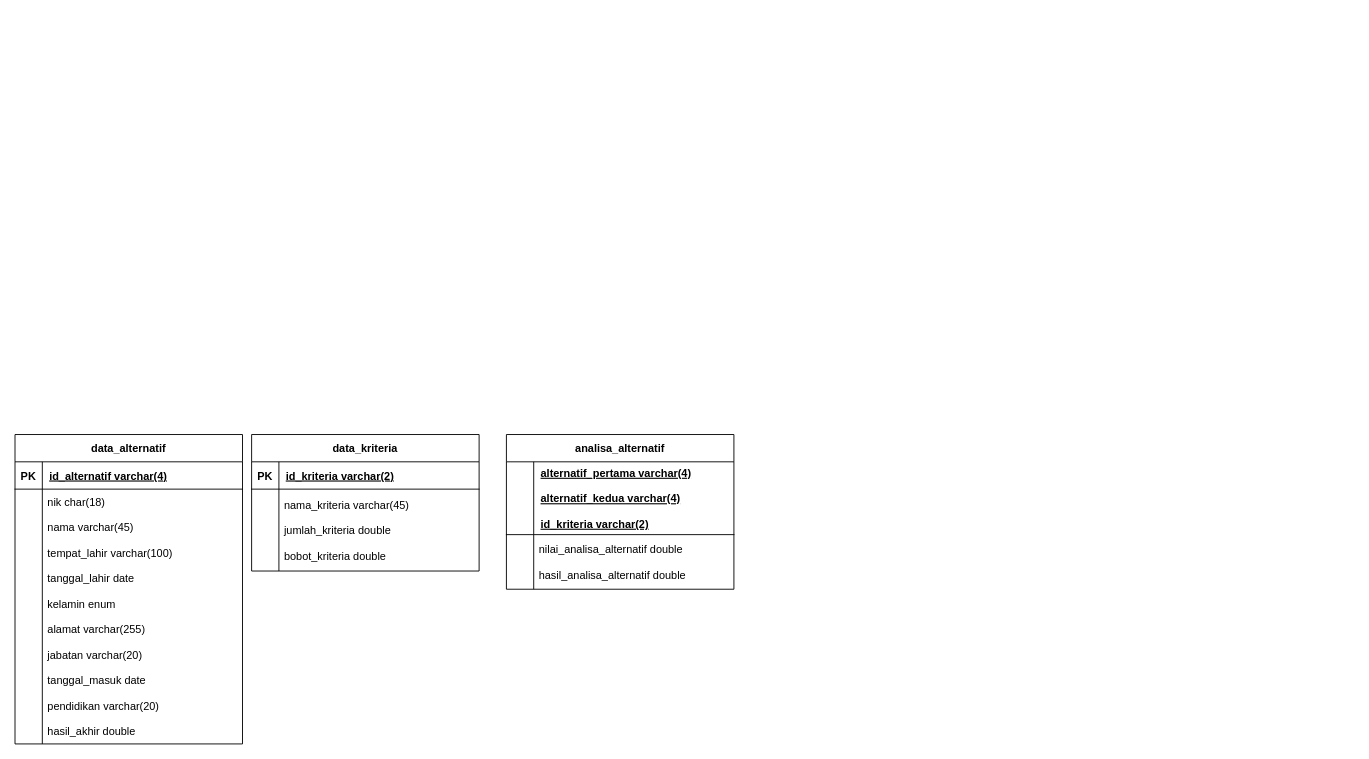
Above: bantuin/muy/Draw.io/ERD.drawio in hako-975/UNPAM-File (draw.io), before the change. Source tidied: cells renumbered, new cells numbered last; positions are measured from the earlier drawing's top-left corner, leaving out a move shared by most shapes. Both pictures are drawn from the tidied source at 91%, with x=0, y=0 at pixel (15, 434).
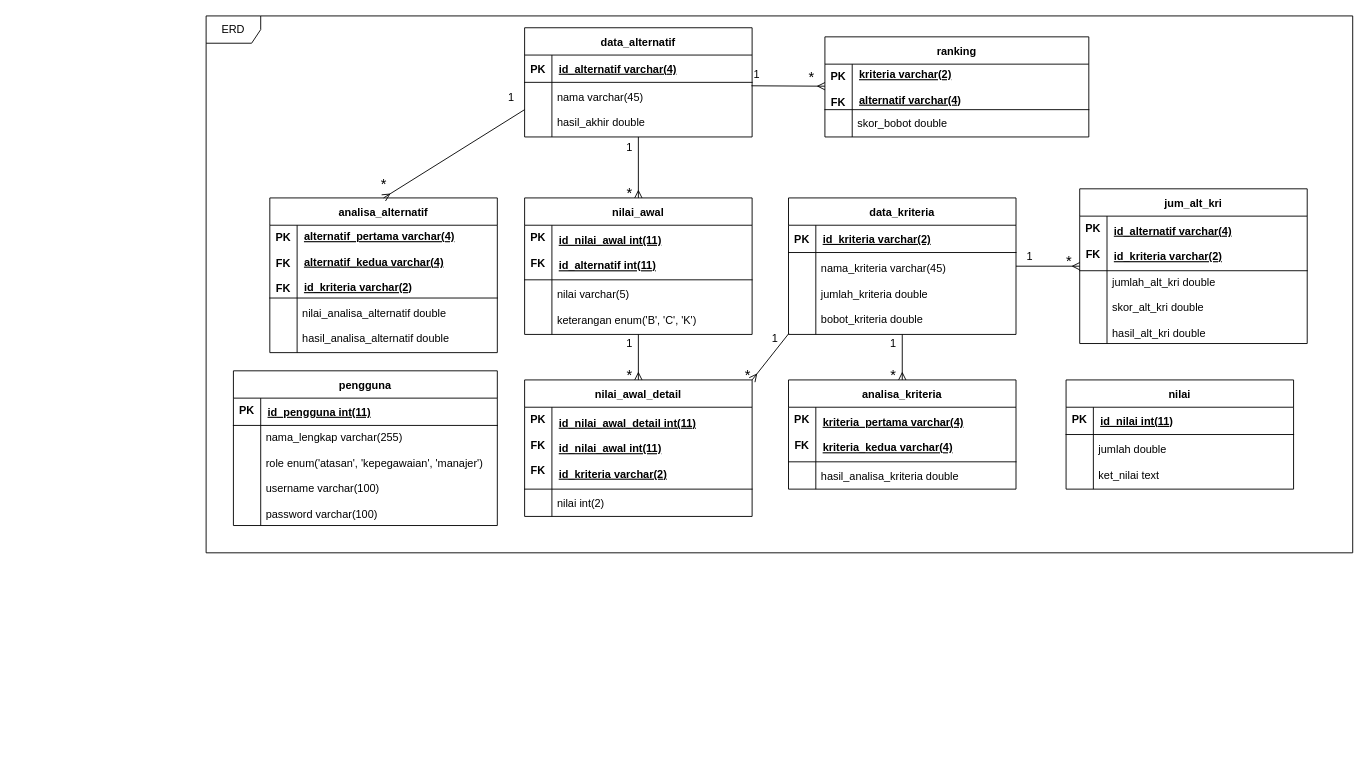
After the change.

The change refers to these unchanged cells:
```xml
<mxCell id="3" style="shape=partialRectangle;fillColor=none;points=[[0,0.5],[1,0.5]];portConstraint=eastwest;top=0;left=0;right=0;bottom=1;" parent="2" vertex="1">
  <mxGeometry y="30" width="250" height="30" as="geometry" />
</mxCell>
<mxCell id="13" style="shape=partialRectangle;fillColor=none;points=[[0,0.5],[1,0.5]];portConstraint=eastwest;top=0;left=0;right=0;bottom=0;strokeWidth=8;" parent="9" vertex="1">
  <mxGeometry y="60" width="250" height="90" as="geometry" />
</mxCell>
<mxCell id="17" style="shape=partialRectangle;fillColor=none;top=0;left=0;right=0;bottom=1;" parent="16" vertex="1">
  <mxGeometry y="30" width="250" height="80" as="geometry" />
</mxCell>
```

What changed in the source:
```diff
@@
+    <mxCell id="23" style="rounded=0;jettySize=auto;html=1;entryX=0.5;entryY=0;entryDx=0;entryDy=0;endArrow=ERmany;endFill=0;" parent="1" edge="1" source="2" target="48">
+      <mxGeometry relative="1" as="geometry" />
+    </mxCell>
     <mxCell id="2" value="data_alternatif" style="shape=table;startSize=30;childLayout=tableLayout;rowLines=0;fontStyle=1;align=center;" parent="1" vertex="1">
-      <mxGeometry width="250" height="340" as="geometry" />
+      <mxGeometry x="560" y="-447" width="250" height="120" as="geometry" />
     </mxCell>
@@
     <mxCell id="6" style="shape=partialRectangle;fillColor=none;points=[[0,0.5],[1,0.5]];portConstraint=eastwest;top=0;left=0;right=0;bottom=0;strokeWidth=8;" parent="2" vertex="1">
-      <mxGeometry y="60" width="250" height="280" as="geometry" />
+      <mxGeometry y="60" width="250" height="60" as="geometry" />
     </mxCell>
     <mxCell id="7" style="shape=partialRectangle;overflow=hidden;fillColor=none;top=0;left=0;bottom=0;right=0;" parent="6" vertex="1">
-      <mxGeometry width="30" height="280" as="geometry" />
+      <mxGeometry width="30" height="60" as="geometry" />
     </mxCell>
-    <mxCell id="8" value="nik char(18)&#10;&#10;nama varchar(45)&#10;&#10;tempat_lahir varchar(100)&#10;&#10;tanggal_lahir date&#10;&#10;kelamin enum&#10;&#10;alamat varchar(255)&#10;&#10;jabatan varchar(20)&#10;&#10;tanggal_masuk date&#10;&#10;pendidikan varchar(20)&#10;&#10;hasil_akhir double" style="shape=partialRectangle;overflow=hidden;fillColor=none;top=0;left=0;bottom=0;right=0;align=left;spacingLeft=6;verticalAlign=middle;spacing=0;spacingTop=0;perimeterSpacing=5;" parent="6" vertex="1">
-      <mxGeometry x="30" width="220" height="280" as="geometry" />
+    <mxCell id="8" value="nama varchar(45)&#10;&#10;hasil_akhir double" style="shape=partialRectangle;overflow=hidden;fillColor=none;top=0;left=0;bottom=0;right=0;align=left;spacingLeft=6;verticalAlign=middle;spacing=0;spacingTop=0;perimeterSpacing=5;" parent="6" vertex="1">
+      <mxGeometry x="30" width="220" height="60" as="geometry" />
     </mxCell>
+    <mxCell id="24" style="rounded=0;jettySize=auto;html=1;entryX=1;entryY=0;entryDx=0;entryDy=0;exitX=0.001;exitY=0.99;exitDx=0;exitDy=0;exitPerimeter=0;endArrow=ERmany;endFill=0;" parent="1" edge="1" source="13" target="55">
+      <mxGeometry relative="1" as="geometry" />
+    </mxCell>
+    <mxCell id="25" style="edgeStyle=orthogonalEdgeStyle;rounded=0;jettySize=auto;html=1;entryX=0.5;entryY=0;entryDx=0;entryDy=0;endArrow=ERmany;endFill=0;" parent="1" edge="1" source="9" target="26">
+      <mxGeometry relative="1" as="geometry" />
+    </mxCell>
     <mxCell id="9" value="data_kriteria" style="shape=table;startSize=30;childLayout=tableLayout;rowLines=0;fontStyle=1;align=center;" parent="1" vertex="1">
-      <mxGeometry x="260" width="250" height="150" as="geometry" />
+      <mxGeometry x="850" y="-260" width="250" height="150" as="geometry" />
     </mxCell>
@@
     <mxCell id="16" value="analisa_alternatif" style="shape=table;startSize=30;childLayout=tableLayout;rowLines=0;fontStyle=1;align=center;" parent="1" vertex="1">
-      <mxGeometry x="540" width="250" height="170" as="geometry" />
+      <mxGeometry x="280" y="-260" width="250" height="170" as="geometry" />
     </mxCell>
@@
-    <mxCell id="18" style="shape=partialRectangle;overflow=hidden;fillColor=none;top=0;left=0;bottom=0;right=0;fontStyle=1;" parent="17" vertex="1">
+    <mxCell id="18" value="PK&#10;&#10;FK&#10;&#10;FK" style="shape=partialRectangle;overflow=hidden;fillColor=none;top=0;left=0;bottom=0;right=0;fontStyle=1;verticalAlign=top;" parent="17" vertex="1">
       <mxGeometry width="30" height="80" as="geometry" />
     </mxCell>
@@
+    <mxCell id="26" value="analisa_kriteria" style="shape=table;startSize=30;childLayout=tableLayout;rowLines=0;fontStyle=1;align=center;" parent="1" vertex="1">
+      <mxGeometry x="850" y="-60" width="250" height="120" as="geometry" />
+    </mxCell>
+    <mxCell id="27" style="shape=partialRectangle;fillColor=none;top=0;left=0;right=0;bottom=1;" parent="26" vertex="1">
+      <mxGeometry y="30" width="250" height="60" as="geometry" />
+    </mxCell>
+    <mxCell id="28" value="PK&#10;&#10;FK" style="shape=partialRectangle;overflow=hidden;fillColor=none;top=0;left=0;bottom=0;right=0;fontStyle=1;verticalAlign=top;" parent="27" vertex="1">
+      <mxGeometry width="30" height="60" as="geometry" />
+    </mxCell>
+    <mxCell id="29" value="kriteria_pertama varchar(4)&#10;&#10;kriteria_kedua varchar(4)" style="shape=partialRectangle;overflow=hidden;fillColor=none;top=0;left=0;bottom=0;right=0;align=left;spacingLeft=6;fontStyle=5;" parent="27" vertex="1">
+      <mxGeometry x="30" width="220" height="60" as="geometry" />
+    </mxCell>
+    <mxCell id="30" style="shape=partialRectangle;fillColor=none;top=0;left=0;right=0;bottom=0;strokeWidth=8;" parent="26" vertex="1">
+      <mxGeometry y="90" width="250" height="30" as="geometry" />
+    </mxCell>
+    <mxCell id="31" style="shape=partialRectangle;overflow=hidden;fillColor=none;top=0;left=0;bottom=0;right=0;" parent="30" vertex="1">
+      <mxGeometry width="30" height="30" as="geometry" />
+    </mxCell>
+    <mxCell id="32" value="hasil_analisa_kriteria double" style="shape=partialRectangle;overflow=hidden;fillColor=none;top=0;left=0;bottom=0;right=0;align=left;spacingLeft=6;verticalAlign=middle;spacing=0;spacingTop=0;perimeterSpacing=5;" parent="30" vertex="1">
+      <mxGeometry x="30" width="220" height="30" as="geometry" />
+    </mxCell>
+    <mxCell id="33" value="jum_alt_kri" style="shape=table;startSize=30;childLayout=tableLayout;rowLines=0;fontStyle=1;align=center;" parent="1" vertex="1">
+      <mxGeometry x="1170" y="-270" width="250" height="170" as="geometry" />
+    </mxCell>
+    <mxCell id="34" style="shape=partialRectangle;fillColor=none;top=0;left=0;right=0;bottom=1;" parent="33" vertex="1">
+      <mxGeometry y="30" width="250" height="60" as="geometry" />
+    </mxCell>
+    <mxCell id="35" value="PK&#10;&#10;FK" style="shape=partialRectangle;overflow=hidden;fillColor=none;top=0;left=0;bottom=0;right=0;fontStyle=1;verticalAlign=top;" parent="34" vertex="1">
+      <mxGeometry width="30" height="60" as="geometry" />
+    </mxCell>
+    <mxCell id="36" value="id_alternatif varchar(4)&#10;&#10;id_kriteria varchar(2)" style="shape=partialRectangle;overflow=hidden;fillColor=none;top=0;left=0;bottom=0;right=0;align=left;spacingLeft=6;fontStyle=5;" parent="34" vertex="1">
+      <mxGeometry x="30" width="220" height="60" as="geometry" />
+    </mxCell>
+    <mxCell id="37" style="shape=partialRectangle;fillColor=none;top=0;left=0;right=0;bottom=0;strokeWidth=8;" parent="33" vertex="1">
+      <mxGeometry y="90" width="250" height="80" as="geometry" />
+    </mxCell>
+    <mxCell id="38" style="shape=partialRectangle;overflow=hidden;fillColor=none;top=0;left=0;bottom=0;right=0;" parent="37" vertex="1">
+      <mxGeometry width="30" height="80" as="geometry" />
+    </mxCell>
+    <mxCell id="39" value="jumlah_alt_kri&#9;double&#10;&#10;skor_alt_kri&#9;double&#10;&#10;hasil_alt_kri&#9;double" style="shape=partialRectangle;overflow=hidden;fillColor=none;top=0;left=0;bottom=0;right=0;align=left;spacingLeft=6;verticalAlign=middle;spacing=0;spacingTop=0;perimeterSpacing=5;" parent="37" vertex="1">
+      <mxGeometry x="30" width="220" height="80" as="geometry" />
+    </mxCell>
+    <mxCell id="40" value="nilai" style="shape=table;startSize=30;childLayout=tableLayout;rowLines=0;fontStyle=1;align=center;" parent="1" vertex="1">
+      <mxGeometry x="1155" y="-60" width="250" height="120" as="geometry" />
+    </mxCell>
+    <mxCell id="41" style="shape=partialRectangle;fillColor=none;top=0;left=0;right=0;bottom=1;" parent="40" vertex="1">
+      <mxGeometry y="30" width="250" height="30" as="geometry" />
+    </mxCell>
+    <mxCell id="42" value="PK" style="shape=partialRectangle;overflow=hidden;fillColor=none;top=0;left=0;bottom=0;right=0;fontStyle=1;verticalAlign=top;" parent="41" vertex="1">
+      <mxGeometry width="30" height="30" as="geometry" />
+    </mxCell>
+    <mxCell id="43" value="id_nilai int(11)" style="shape=partialRectangle;overflow=hidden;fillColor=none;top=0;left=0;bottom=0;right=0;align=left;spacingLeft=6;fontStyle=5;" parent="41" vertex="1">
+      <mxGeometry x="30" width="220" height="30" as="geometry" />
+    </mxCell>
+    <mxCell id="44" style="shape=partialRectangle;fillColor=none;top=0;left=0;right=0;bottom=0;strokeWidth=8;" parent="40" vertex="1">
+      <mxGeometry y="60" width="250" height="60" as="geometry" />
+    </mxCell>
+    <mxCell id="45" style="shape=partialRectangle;overflow=hidden;fillColor=none;top=0;left=0;bottom=0;right=0;" parent="44" vertex="1">
+      <mxGeometry width="30" height="60" as="geometry" />
+    </mxCell>
+    <mxCell id="46" value="jumlah double&#10;&#10;ket_nilai text" style="shape=partialRectangle;overflow=hidden;fillColor=none;top=0;left=0;bottom=0;right=0;align=left;spacingLeft=6;verticalAlign=middle;spacing=0;spacingTop=0;perimeterSpacing=5;" parent="44" vertex="1">
+      <mxGeometry x="30" width="220" height="60" as="geometry" />
+    </mxCell>
+    <mxCell id="47" style="edgeStyle=orthogonalEdgeStyle;rounded=0;jettySize=auto;html=1;entryX=0.5;entryY=0;entryDx=0;entryDy=0;endArrow=ERmany;endFill=0;" parent="1" edge="1" source="48" target="55">
+      <mxGeometry relative="1" as="geometry" />
+    </mxCell>
+    <mxCell id="48" value="nilai_awal" style="shape=table;startSize=30;childLayout=tableLayout;rowLines=0;fontStyle=1;align=center;" parent="1" vertex="1">
+      <mxGeometry x="560" y="-260" width="250" height="150" as="geometry" />
+    </mxCell>
+    <mxCell id="49" style="shape=partialRectangle;fillColor=none;top=0;left=0;right=0;bottom=1;" parent="48" vertex="1">
+      <mxGeometry y="30" width="250" height="60" as="geometry" />
+    </mxCell>
+    <mxCell id="50" value="PK&#10;&#10;FK" style="shape=partialRectangle;overflow=hidden;fillColor=none;top=0;left=0;bottom=0;right=0;fontStyle=1;verticalAlign=top;" parent="49" vertex="1">
+      <mxGeometry width="30" height="60" as="geometry" />
+    </mxCell>
+    <mxCell id="51" value="id_nilai_awal int(11)&#10;&#10;id_alternatif int(11)" style="shape=partialRectangle;overflow=hidden;fillColor=none;top=0;left=0;bottom=0;right=0;align=left;spacingLeft=6;fontStyle=5;" parent="49" vertex="1">
+      <mxGeometry x="30" width="220" height="60" as="geometry" />
+    </mxCell>
+    <mxCell id="52" style="shape=partialRectangle;fillColor=none;top=0;left=0;right=0;bottom=0;strokeWidth=8;" parent="48" vertex="1">
+      <mxGeometry y="90" width="250" height="60" as="geometry" />
+    </mxCell>
+    <mxCell id="53" style="shape=partialRectangle;overflow=hidden;fillColor=none;top=0;left=0;bottom=0;right=0;" parent="52" vertex="1">
+      <mxGeometry width="30" height="60" as="geometry" />
+    </mxCell>
+    <mxCell id="54" value="nilai varchar(5)&#10;&#10;keterangan enum('B', 'C', 'K')" style="shape=partialRectangle;overflow=hidden;fillColor=none;top=0;left=0;bottom=0;right=0;align=left;spacingLeft=6;verticalAlign=middle;spacing=0;spacingTop=0;perimeterSpacing=5;" parent="52" vertex="1">
+      <mxGeometry x="30" width="220" height="60" as="geometry" />
+    </mxCell>
+    <mxCell id="55" value="nilai_awal_detail" style="shape=table;startSize=30;childLayout=tableLayout;rowLines=0;fontStyle=1;align=center;" parent="1" vertex="1">
+      <mxGeometry x="560" y="-60" width="250" height="150" as="geometry" />
+    </mxCell>
+    <mxCell id="56" style="shape=partialRectangle;fillColor=none;top=0;left=0;right=0;bottom=1;" parent="55" vertex="1">
+      <mxGeometry y="30" width="250" height="90" as="geometry" />
+    </mxCell>
+    <mxCell id="57" value="PK&#10;&#10;FK&#10;&#10;FK" style="shape=partialRectangle;overflow=hidden;fillColor=none;top=0;left=0;bottom=0;right=0;fontStyle=1;verticalAlign=top;" parent="56" vertex="1">
+      <mxGeometry width="30" height="90" as="geometry" />
+    </mxCell>
+    <mxCell id="58" value="id_nilai_awal_detail int(11)&#10;&#10;id_nilai_awal int(11)&#10;&#10;id_kriteria varchar(2)" style="shape=partialRectangle;overflow=hidden;fillColor=none;top=0;left=0;bottom=0;right=0;align=left;spacingLeft=6;fontStyle=5;" parent="56" vertex="1">
+      <mxGeometry x="30" width="220" height="90" as="geometry" />
+    </mxCell>
+    <mxCell id="59" style="shape=partialRectangle;fillColor=none;top=0;left=0;right=0;bottom=0;strokeWidth=8;" parent="55" vertex="1">
+      <mxGeometry y="120" width="250" height="30" as="geometry" />
+    </mxCell>
+    <mxCell id="60" style="shape=partialRectangle;overflow=hidden;fillColor=none;top=0;left=0;bottom=0;right=0;" parent="59" vertex="1">
+      <mxGeometry width="30" height="30" as="geometry" />
+    </mxCell>
+    <mxCell id="61" value="nilai int(2)" style="shape=partialRectangle;overflow=hidden;fillColor=none;top=0;left=0;bottom=0;right=0;align=left;spacingLeft=6;verticalAlign=middle;spacing=0;spacingTop=0;perimeterSpacing=5;" parent="59" vertex="1">
+      <mxGeometry x="30" width="220" height="30" as="geometry" />
+    </mxCell>
+    <mxCell id="62" value="ranking" style="shape=table;startSize=30;childLayout=tableLayout;rowLines=0;fontStyle=1;align=center;" parent="1" vertex="1">
+      <mxGeometry x="890" y="-437" width="290" height="110" as="geometry" />
+    </mxCell>
+    <mxCell id="63" style="shape=partialRectangle;fillColor=none;top=0;left=0;right=0;bottom=1;" parent="62" vertex="1">
+      <mxGeometry y="30" width="290" height="50" as="geometry" />
+    </mxCell>
+    <mxCell id="64" value="PK&#10;&#10;FK" style="shape=partialRectangle;overflow=hidden;fillColor=none;top=0;left=0;bottom=0;right=0;fontStyle=1;verticalAlign=top;" parent="63" vertex="1">
+      <mxGeometry width="30" height="50" as="geometry" />
+    </mxCell>
+    <mxCell id="65" value="kriteria varchar(2)&#10;&#10;alternatif varchar(4)" style="shape=partialRectangle;overflow=hidden;fillColor=none;top=0;left=0;bottom=0;right=0;align=left;spacingLeft=6;fontStyle=5;" parent="63" vertex="1">
+      <mxGeometry x="30" width="260" height="50" as="geometry" />
+    </mxCell>
+    <mxCell id="66" style="shape=partialRectangle;fillColor=none;top=0;left=0;right=0;bottom=0;strokeWidth=8;" parent="62" vertex="1">
+      <mxGeometry y="80" width="290" height="30" as="geometry" />
+    </mxCell>
+    <mxCell id="67" style="shape=partialRectangle;overflow=hidden;fillColor=none;top=0;left=0;bottom=0;right=0;" parent="66" vertex="1">
+      <mxGeometry width="30" height="30" as="geometry" />
+    </mxCell>
+    <mxCell id="68" value="skor_bobot double" style="shape=partialRectangle;overflow=hidden;fillColor=none;top=0;left=0;bottom=0;right=0;align=left;spacingLeft=6;verticalAlign=middle;spacing=0;spacingTop=0;perimeterSpacing=5;fontStyle=0;" parent="66" vertex="1">
+      <mxGeometry x="30" width="260" height="30" as="geometry" />
+    </mxCell>
+    <mxCell id="69" value="pengguna" style="shape=table;startSize=30;childLayout=tableLayout;rowLines=0;fontStyle=1;align=center;" parent="1" vertex="1">
+      <mxGeometry x="240" y="-70" width="290" height="170" as="geometry" />
+    </mxCell>
+    <mxCell id="70" style="shape=partialRectangle;fillColor=none;top=0;left=0;right=0;bottom=1;" parent="69" vertex="1">
+      <mxGeometry y="30" width="290" height="30" as="geometry" />
+    </mxCell>
+    <mxCell id="71" value="PK" style="shape=partialRectangle;overflow=hidden;fillColor=none;top=0;left=0;bottom=0;right=0;fontStyle=1;verticalAlign=top;" parent="70" vertex="1">
+      <mxGeometry width="30" height="30" as="geometry" />
+    </mxCell>
+    <mxCell id="72" value="id_pengguna int(11)" style="shape=partialRectangle;overflow=hidden;fillColor=none;top=0;left=0;bottom=0;right=0;align=left;spacingLeft=6;fontStyle=5;" parent="70" vertex="1">
+      <mxGeometry x="30" width="260" height="30" as="geometry" />
+    </mxCell>
+    <mxCell id="73" style="shape=partialRectangle;fillColor=none;top=0;left=0;right=0;bottom=0;strokeWidth=8;" parent="69" vertex="1">
+      <mxGeometry y="60" width="290" height="110" as="geometry" />
+    </mxCell>
+    <mxCell id="74" style="shape=partialRectangle;overflow=hidden;fillColor=none;top=0;left=0;bottom=0;right=0;" parent="73" vertex="1">
+      <mxGeometry width="30" height="110" as="geometry" />
+    </mxCell>
+    <mxCell id="75" value="nama_lengkap varchar(255)&#10;&#10;role&#9;enum('atasan', 'kepegawaian', 'manajer')&#10;&#10;username&#9;varchar(100)&#10;&#10;password&#9;varchar(100)" style="shape=partialRectangle;overflow=hidden;fillColor=none;top=0;left=0;bottom=0;right=0;align=left;spacingLeft=6;verticalAlign=middle;spacing=0;spacingTop=0;perimeterSpacing=5;fontStyle=0;" parent="73" vertex="1">
+      <mxGeometry x="30" width="260" height="110" as="geometry" />
+    </mxCell>
+    <mxCell id="76" style="rounded=0;jettySize=auto;html=1;exitX=0;exitY=0.5;exitDx=0;exitDy=0;entryX=0.5;entryY=0;entryDx=0;entryDy=0;endArrow=ERmany;endFill=0;" parent="1" edge="1" source="6" target="16">
+      <mxGeometry relative="1" as="geometry" />
+    </mxCell>
+    <mxCell id="77" value="&lt;font style=&quot;font-size: 16px;&quot;&gt;*&lt;/font&gt;" style="text;html=1;align=center;verticalAlign=middle;strokeColor=none;fillColor=none;" parent="1" vertex="1">
+      <mxGeometry x="390" y="-290" width="30" height="30" as="geometry" />
+    </mxCell>
+    <mxCell id="78" value="1" style="text;html=1;align=center;verticalAlign=middle;strokeColor=none;fillColor=none;" parent="1" vertex="1">
+      <mxGeometry x="660" y="-330" width="30" height="30" as="geometry" />
+    </mxCell>
+    <mxCell id="79" value="&lt;font style=&quot;font-size: 16px;&quot;&gt;*&lt;/font&gt;" style="text;html=1;align=center;verticalAlign=middle;strokeColor=none;fillColor=none;" parent="1" vertex="1">
+      <mxGeometry x="660" y="-280" width="30" height="30" as="geometry" />
+    </mxCell>
+    <mxCell id="80" value="1" style="text;html=1;align=center;verticalAlign=middle;strokeColor=none;fillColor=none;" parent="1" vertex="1">
+      <mxGeometry x="660" y="-115" width="30" height="30" as="geometry" />
+    </mxCell>
+    <mxCell id="81" value="&lt;font style=&quot;font-size: 16px;&quot;&gt;*&lt;/font&gt;" style="text;html=1;align=center;verticalAlign=middle;strokeColor=none;fillColor=none;" parent="1" vertex="1">
+      <mxGeometry x="660" y="-80" width="30" height="30" as="geometry" />
+    </mxCell>
+    <mxCell id="82" value="1" style="text;html=1;align=center;verticalAlign=middle;strokeColor=none;fillColor=none;" parent="1" vertex="1">
+      <mxGeometry x="820" y="-120" width="30" height="30" as="geometry" />
+    </mxCell>
+    <mxCell id="83" value="&lt;font style=&quot;font-size: 16px;&quot;&gt;*&lt;/font&gt;" style="text;html=1;align=center;verticalAlign=middle;strokeColor=none;fillColor=none;" parent="1" vertex="1">
+      <mxGeometry x="790" y="-80" width="30" height="30" as="geometry" />
+    </mxCell>
+    <mxCell id="84" value="1" style="text;html=1;align=center;verticalAlign=middle;strokeColor=none;fillColor=none;" parent="1" vertex="1">
+      <mxGeometry x="950" y="-115" width="30" height="30" as="geometry" />
+    </mxCell>
+    <mxCell id="85" value="&lt;font style=&quot;font-size: 16px;&quot;&gt;*&lt;/font&gt;" style="text;html=1;align=center;verticalAlign=middle;strokeColor=none;fillColor=none;" parent="1" vertex="1">
+      <mxGeometry x="950" y="-80" width="30" height="30" as="geometry" />
+    </mxCell>
+    <mxCell id="86" style="edgeStyle=orthogonalEdgeStyle;rounded=0;jettySize=auto;html=1;entryX=1;entryY=0.167;entryDx=0;entryDy=0;entryPerimeter=0;endArrow=none;endFill=0;startArrow=ERmany;startFill=0;" parent="1" edge="1" source="33" target="13">
+      <mxGeometry relative="1" as="geometry" />
+    </mxCell>
+    <mxCell id="87" value="1" style="text;html=1;align=center;verticalAlign=middle;strokeColor=none;fillColor=none;" parent="1" vertex="1">
+      <mxGeometry x="1100" y="-210" width="30" height="30" as="geometry" />
+    </mxCell>
+    <mxCell id="88" value="&lt;font style=&quot;font-size: 16px;&quot;&gt;*&lt;/font&gt;" style="text;html=1;align=center;verticalAlign=middle;strokeColor=none;fillColor=none;" parent="1" vertex="1">
+      <mxGeometry x="1143" y="-206" width="30" height="30" as="geometry" />
+    </mxCell>
+    <mxCell id="89" style="rounded=0;jettySize=auto;html=1;endArrow=none;endFill=0;startArrow=ERmany;startFill=0;entryX=0.997;entryY=1.126;entryDx=0;entryDy=0;entryPerimeter=0;" parent="1" edge="1" source="62" target="3">
+      <mxGeometry relative="1" as="geometry" />
+    </mxCell>
+    <mxCell id="90" value="1" style="text;html=1;align=center;verticalAlign=middle;strokeColor=none;fillColor=none;" parent="1" vertex="1">
+      <mxGeometry x="800" y="-410" width="30" height="30" as="geometry" />
+    </mxCell>
+    <mxCell id="91" value="&lt;font style=&quot;font-size: 16px;&quot;&gt;*&lt;/font&gt;" style="text;html=1;align=center;verticalAlign=middle;strokeColor=none;fillColor=none;" parent="1" vertex="1">
+      <mxGeometry x="860" y="-408" width="30" height="30" as="geometry" />
+    </mxCell>
+    <mxCell id="92" value="1" style="text;html=1;align=center;verticalAlign=middle;strokeColor=none;fillColor=none;" parent="1" vertex="1">
+      <mxGeometry x="530" y="-385" width="30" height="30" as="geometry" />
+    </mxCell>
+    <mxCell id="93" value="ERD" style="shape=umlFrame;whiteSpace=wrap;html=1;" parent="1" vertex="1">
+      <mxGeometry x="210" y="-460" width="1260" height="590" as="geometry" />
+    </mxCell>
```
